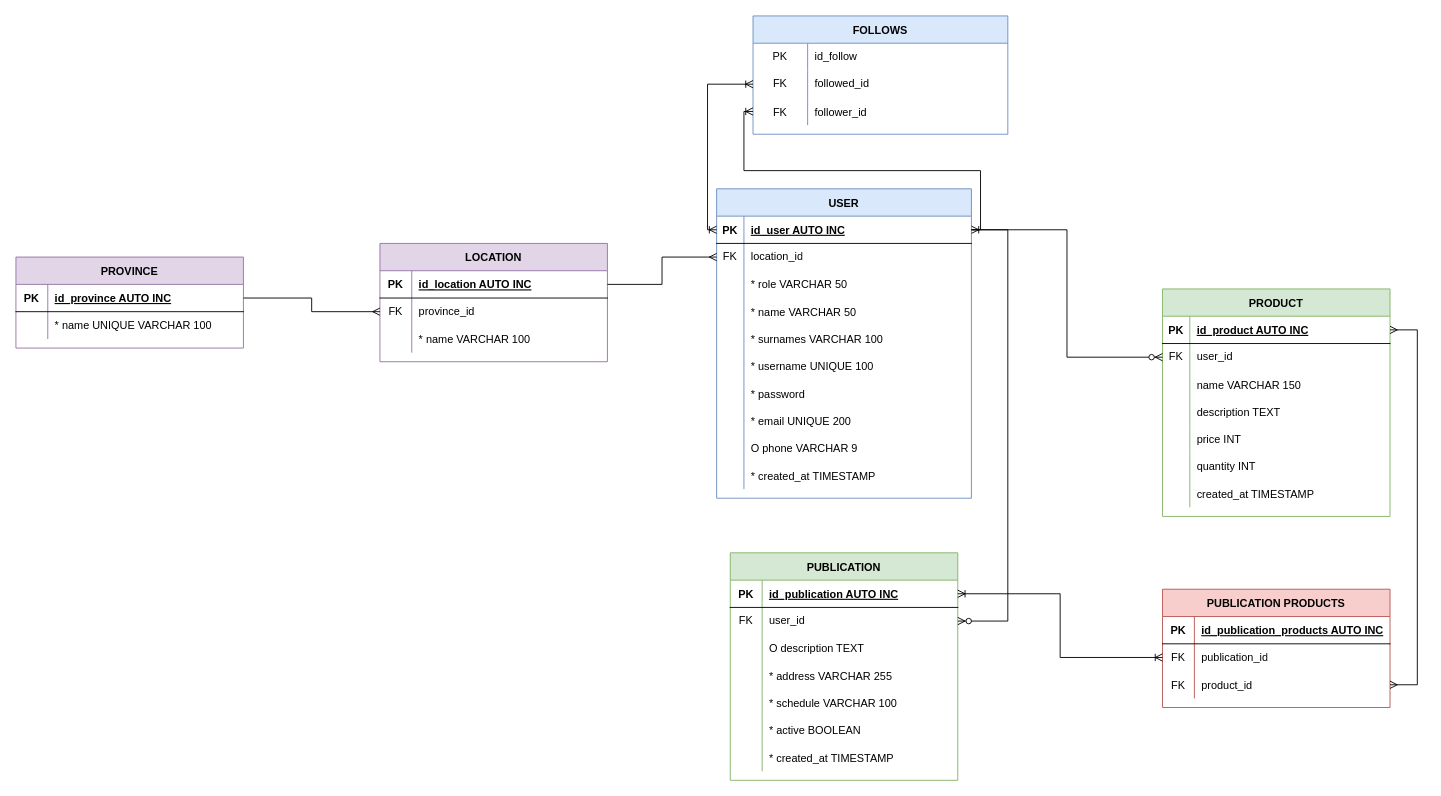
cnievaslozano/ConectaCampo keeps this draw.io diagram as diseño-bd.drawio. Above is the earlier version. Source tidied: cells renumbered, new cells numbered last; positions are measured from the earlier drawing's top-left corner, leaving out a move shared by most shapes. Both pictures are drawn from the tidied source at 91%, with x=0, y=0 at pixel (15, 15).
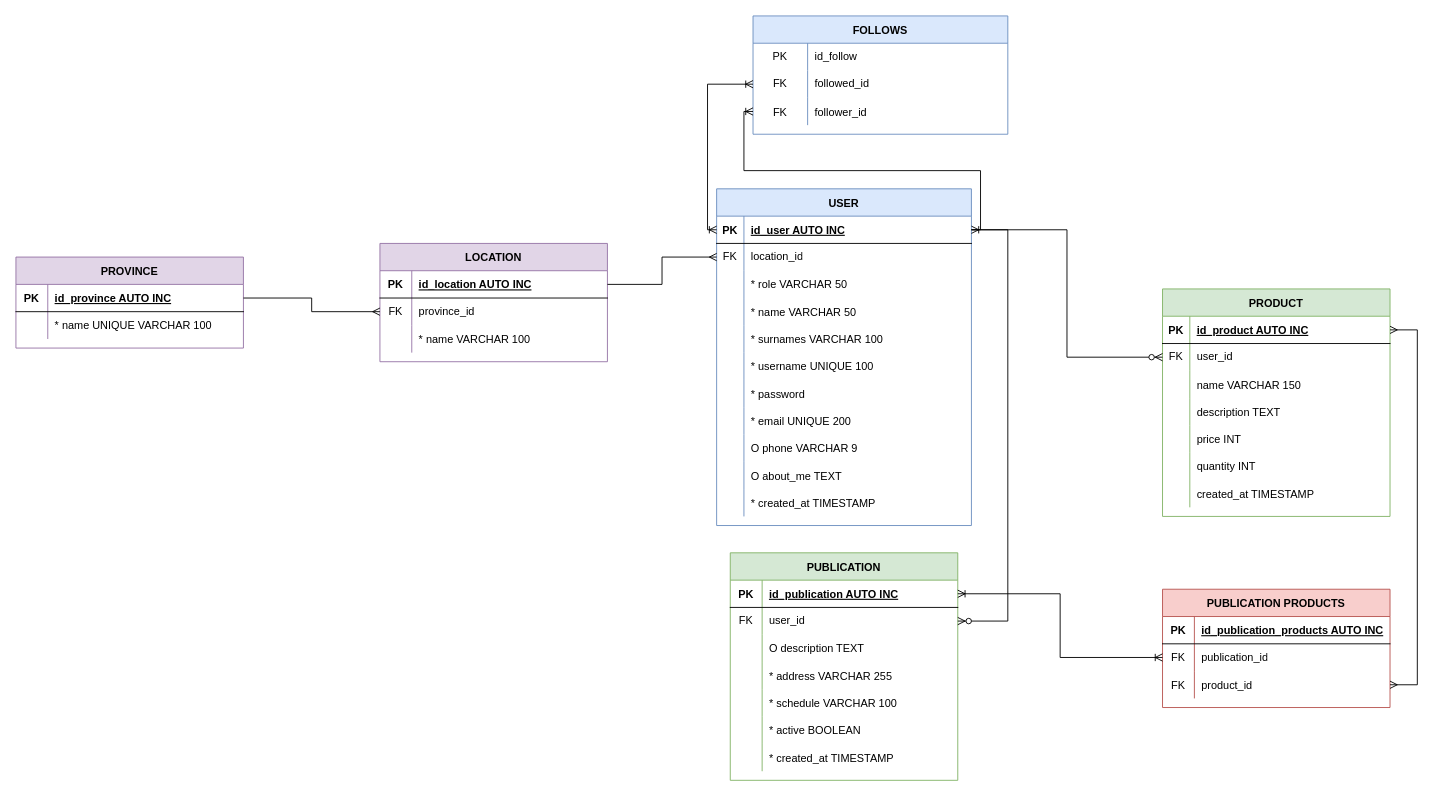
The same page after the edit.

Commit message:
Add field About Me

Diff of the diagram source:
```diff
@@
     <mxCell id="2" value="USER" style="shape=table;startSize=30;childLayout=tableLayout;rowLines=0;fontStyle=1;align=center;fillColor=#dae8fc;strokeColor=#6c8ebf;" parent="1" vertex="1">
-      <mxGeometry x="770" y="190" width="280" height="340" as="geometry" />
+      <mxGeometry x="770" y="190" width="280" height="370" as="geometry" />
     </mxCell>
@@
+    <mxCell id="122" style="shape=tableRow;horizontal=0;startSize=0;swimlaneHead=0;swimlaneBody=0;fillColor=none;top=0;left=0;right=0;bottom=0;" parent="2" vertex="1">
+      <mxGeometry y="300" width="280" height="30" as="geometry" />
+    </mxCell>
+    <mxCell id="123" style="shape=partialRectangle;fillColor=none;top=0;left=0;bottom=0;right=0;overflow=hidden;" parent="122" vertex="1">
+      <mxGeometry width="30" height="30" as="geometry" />
+    </mxCell>
+    <mxCell id="124" value="O about_me TEXT" style="shape=partialRectangle;fillColor=none;top=0;left=0;bottom=0;right=0;align=left;spacingLeft=6;overflow=hidden;" parent="122" vertex="1">
+      <mxGeometry x="30" width="250" height="30" as="geometry" />
+    </mxCell>
     <mxCell id="30" style="shape=tableRow;horizontal=0;startSize=0;swimlaneHead=0;swimlaneBody=0;fillColor=none;top=0;left=0;right=0;bottom=0;" parent="2" vertex="1">
-      <mxGeometry y="300" width="280" height="30" as="geometry" />
+      <mxGeometry y="330" width="280" height="30" as="geometry" />
     </mxCell>
```
